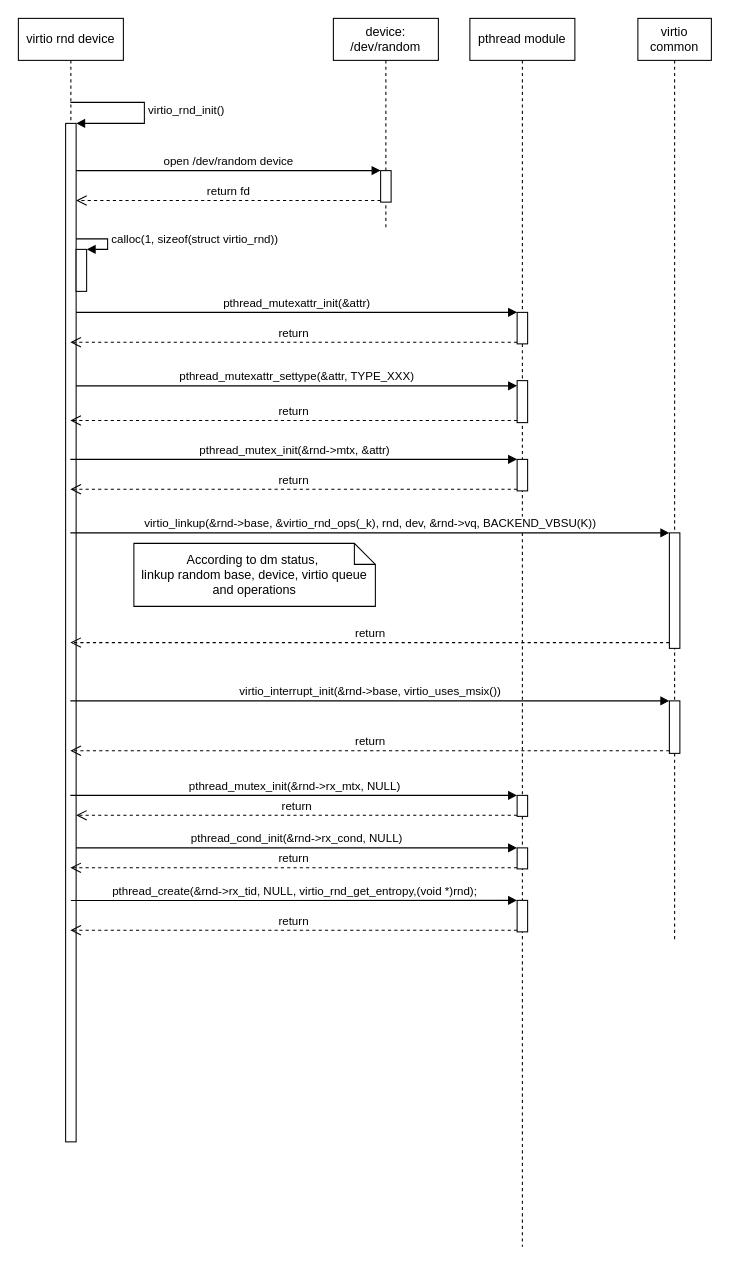
Earlier version of the draw.io diagram virtio_rnd.drawio (JannaiWu/Drawio). Source tidied: cells renumbered, new cells numbered last; positions are measured from the earlier drawing's top-left corner, leaving out a move shared by most shapes. Both pictures are drawn from the tidied source at 105%, with x=0, y=0 at pixel (18, 18).
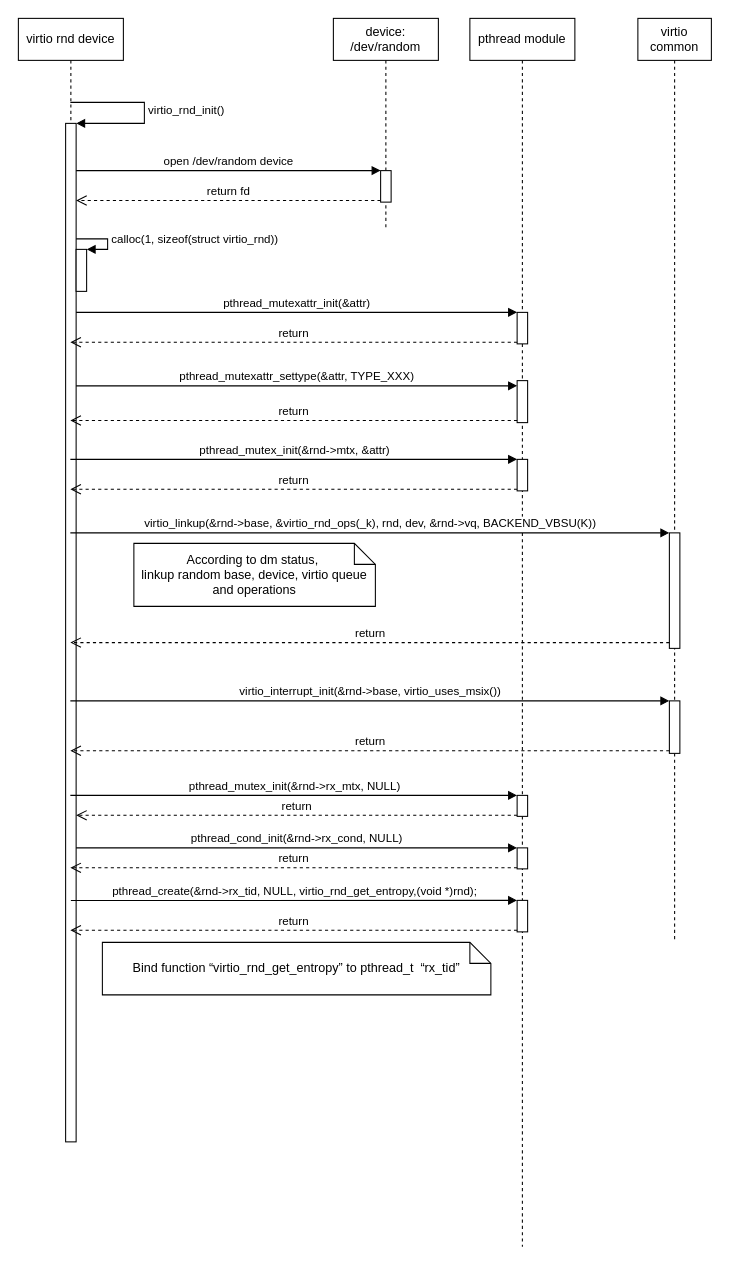
After the change.

The edit, as a diff of the source:
```diff
@@
+    <mxCell id="38" value="Bind function “virtio_rnd_get_entropy” to pthread_t&amp;nbsp; “rx_tid”" style="shape=note;size=20;whiteSpace=wrap;html=1;" parent="1" vertex="1">
+      <mxGeometry x="80" y="880" width="370" height="50" as="geometry" />
+    </mxCell>
```
